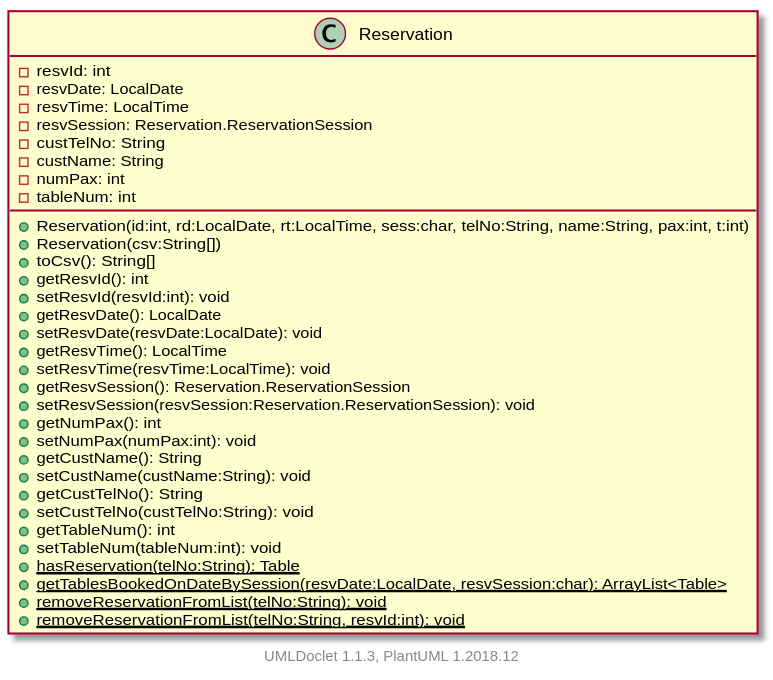
itachi1706/How-to-use-Git-NTUSCSE1819-Site keeps this PlantUML diagram as projects/oodp/html/umlversion/uml/sg.edu.ntu.scse.cz2002.features.Reservation.svg. Above is the earlier version.
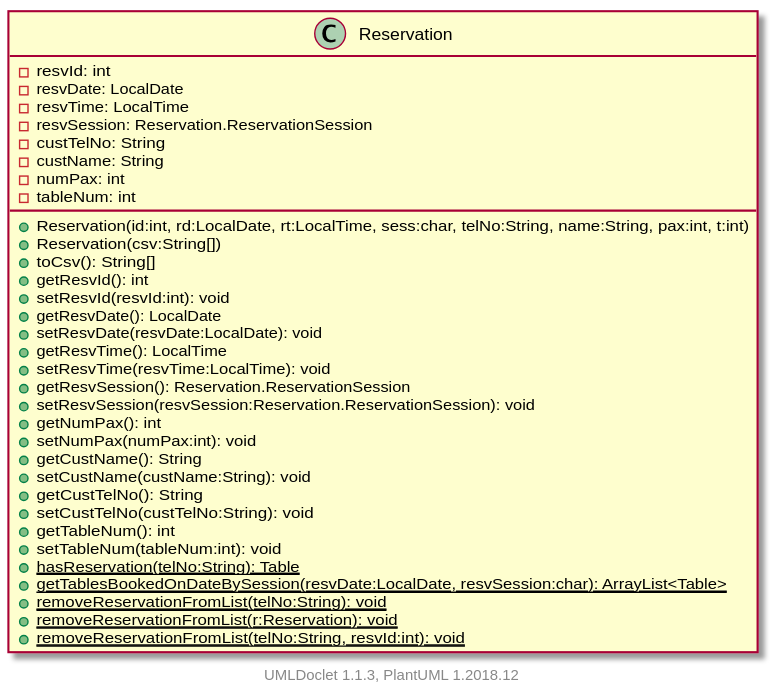
After the commit.

What changed in the source:
```diff
@@ -31,6 +31,7 @@
         {static} +hasReservation(telNo:String): Table
         {static} +getTablesBookedOnDateBySession(resvDate:LocalDate, resvSession:char): ArrayList<Table>
         {static} +removeReservationFromList(telNo:String): void
+        {static} +removeReservationFromList(r:Reservation): void
         {static} +removeReservationFromList(telNo:String, resvId:int): void
     }
 
```
